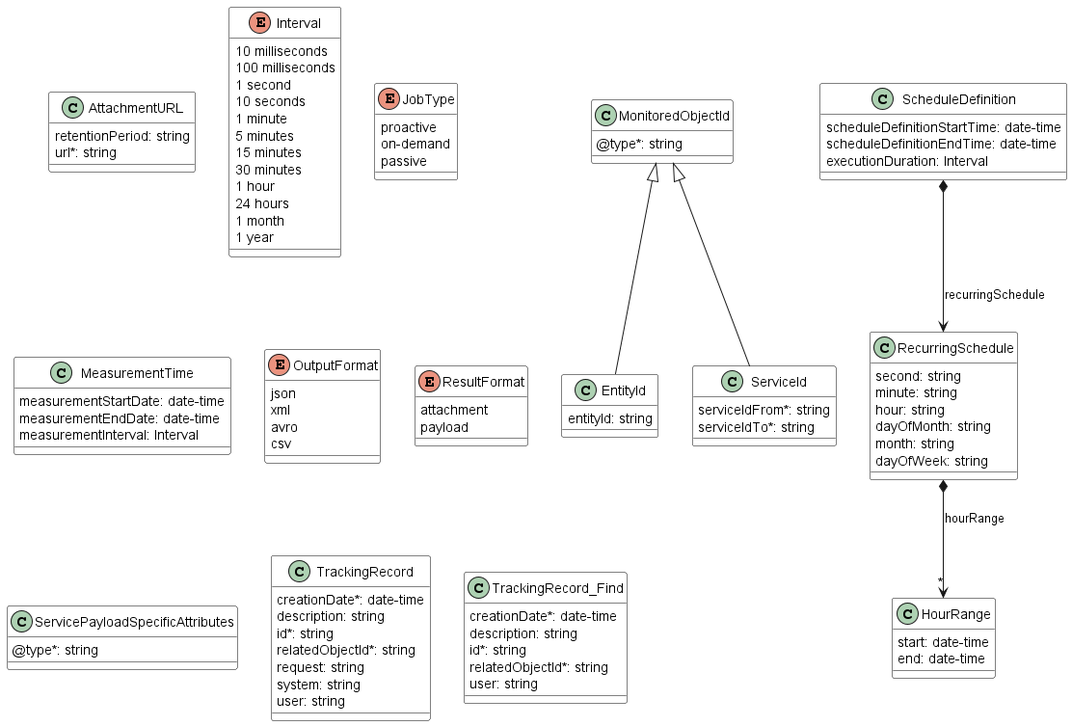
This is documentation/serviceApi/pm/performance/media/performanceMonitoringDataModelPart5.png from MEF-GIT/MEF-LSO-Legato-SDK, a PlantUML export, as it was before one commit. Source of this version:
```plantuml
@startuml performanceMonitoringDataModelPart5
skinparam {
    ClassBackgroundColor White
    ClassBorderColor Black
}

class AttachmentURL {
    retentionPeriod: string
    url*: string
}

class EntityId {
    entityId: string
}
MonitoredObjectId <|-- EntityId

class HourRange {
    start: date-time
    end: date-time
}

enum Interval {
    10 milliseconds
    100 milliseconds
    1 second
    10 seconds
    1 minute
    5 minutes
    15 minutes
    30 minutes
    1 hour
    24 hours
    1 month
    1 year
}

enum JobType {
    proactive
    on-demand
    passive
}

class MeasurementTime {
    measurementStartDate: date-time
    measurementEndDate: date-time
    measurementInterval: Interval
}

class MonitoredObjectId {
    @type*: string
}

enum OutputFormat {
    json
    xml
    avro
    csv
}

class RecurringSchedule {
    second: string
    minute: string
    hour: string
    dayOfMonth: string
    month: string
    dayOfWeek: string
}

RecurringSchedule *-->"*" HourRange : hourRange

enum ResultFormat {
    attachment
    payload
}

class ScheduleDefinition {
    scheduleDefinitionStartTime: date-time
    scheduleDefinitionEndTime: date-time
    executionDuration: Interval
}
ScheduleDefinition *--> RecurringSchedule : recurringSchedule

class ServiceId {
    serviceIdFrom*: string
    serviceIdTo*: string
}
MonitoredObjectId <|-- ServiceId

class ServicePayloadSpecificAttributes {
    @type*: string
}

class TrackingRecord {
    creationDate*: date-time
    description: string
    id*: string
    relatedObjectId*: string
    request: string
    system: string
    user: string
}

class TrackingRecord_Find {
    creationDate*: date-time
    description: string
    id*: string
    relatedObjectId*: string
    user: string
}

@enduml
```
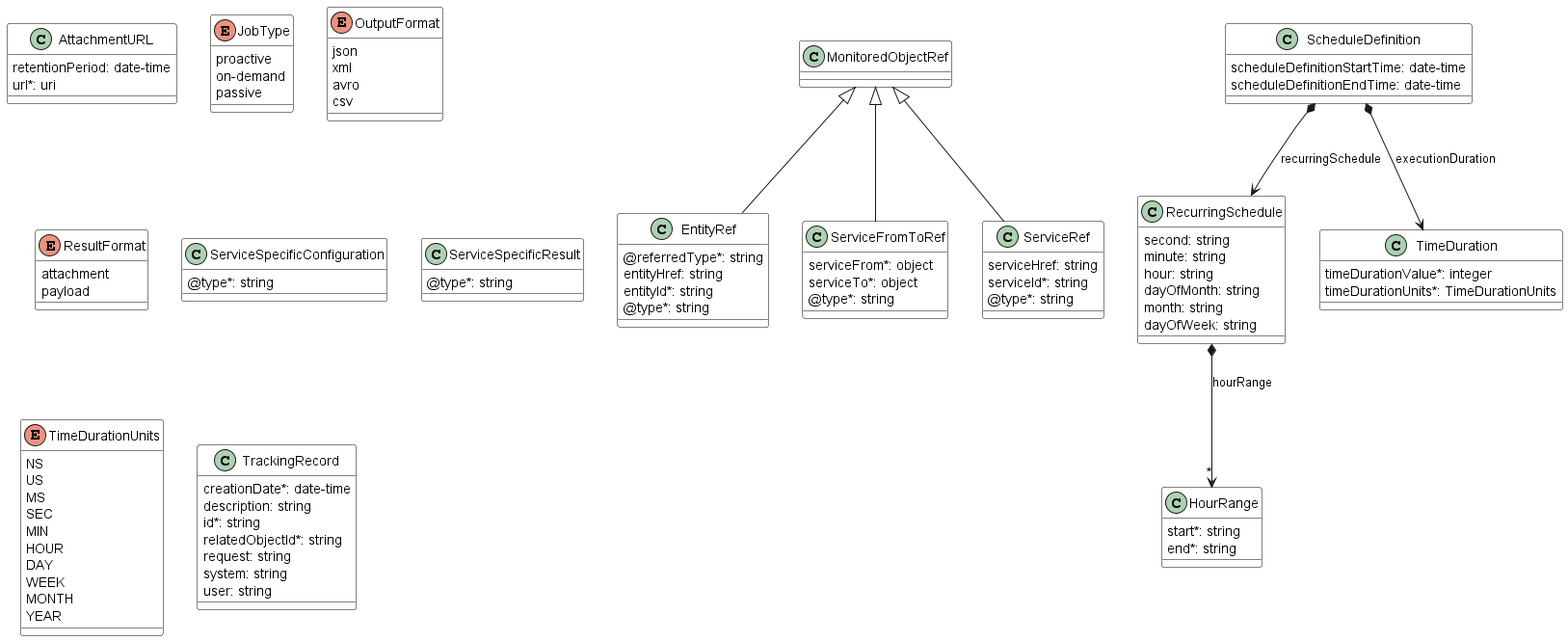
After the change.

Change to the diagram source:
```diff
@@ -5,59 +5,64 @@
 }
 
 class AttachmentURL {
-    retentionPeriod: string
-    url*: string
+
+    retentionPeriod: date-time
+    url*: uri
 }
 
-class EntityId {
-    entityId: string
+
+
+
+class EntityRef {
+
+    @referredType*: string
+    entityHref: string
+    entityId*: string
+    @type*: string
 }
-MonitoredObjectId <|-- EntityId
 
 class HourRange {
-    start: date-time
-    end: date-time
+
+    start*: string
+    end*: string
 }
 
-enum Interval {
-    10 milliseconds
-    100 milliseconds
-    1 second
-    10 seconds
-    1 minute
-    5 minutes
-    15 minutes
-    30 minutes
-    1 hour
-    24 hours
-    1 month
-    1 year
-}
+
 
 enum JobType {
+
     proactive
     on-demand
     passive
 }
 
-class MeasurementTime {
-    measurementStartDate: date-time
-    measurementEndDate: date-time
-    measurementInterval: Interval
+
+
+
+class MonitoredObjectRef {
+
 }
 
-class MonitoredObjectId {
-    @type*: string
-}
+
 
 enum OutputFormat {
+
     json
     xml
     avro
     csv
 }
 
+
+
+
+
+
+
+
+
 class RecurringSchedule {
+
     second: string
     minute: string
     hour: string
@@ -68,29 +73,80 @@
 
 RecurringSchedule *-->"*" HourRange : hourRange
 
+
+
+
+
 enum ResultFormat {
+
     attachment
     payload
 }
+class ScheduleDefinition {
 
-class ScheduleDefinition {
     scheduleDefinitionStartTime: date-time
     scheduleDefinitionEndTime: date-time
-    executionDuration: Interval
 }
+
 ScheduleDefinition *--> RecurringSchedule : recurringSchedule
+ScheduleDefinition *--> TimeDuration : executionDuration
 
-class ServiceId {
-    serviceIdFrom*: string
-    serviceIdTo*: string
-}
-MonitoredObjectId <|-- ServiceId
 
-class ServicePayloadSpecificAttributes {
+class ServiceFromToRef {
+
+    serviceFrom*: object
+    serviceTo*: object
     @type*: string
 }
 
+
+
+class ServiceRef {
+
+    serviceHref: string
+    serviceId*: string
+    @type*: string
+}
+
+
+
+class ServiceSpecificConfiguration {
+
+    @type*: string
+}
+
+
+
+class ServiceSpecificResult {
+
+    @type*: string
+}
+
+
+
+class TimeDuration {
+
+    timeDurationValue*: integer
+    timeDurationUnits*: TimeDurationUnits
+}
+
+
+
+enum TimeDurationUnits {
+
+    NS
+    US
+    MS
+    SEC
+    MIN
+    HOUR
+    DAY
+    WEEK
+    MONTH
+    YEAR
+}
 class TrackingRecord {
+
     creationDate*: date-time
     description: string
     id*: string
@@ -100,12 +156,8 @@
     user: string
 }
 
-class TrackingRecord_Find {
-    creationDate*: date-time
-    description: string
-    id*: string
-    relatedObjectId*: string
-    user: string
-}
+MonitoredObjectRef <|-- EntityRef
+MonitoredObjectRef <|-- ServiceFromToRef
+MonitoredObjectRef <|-- ServiceRef
 
 @enduml
```
